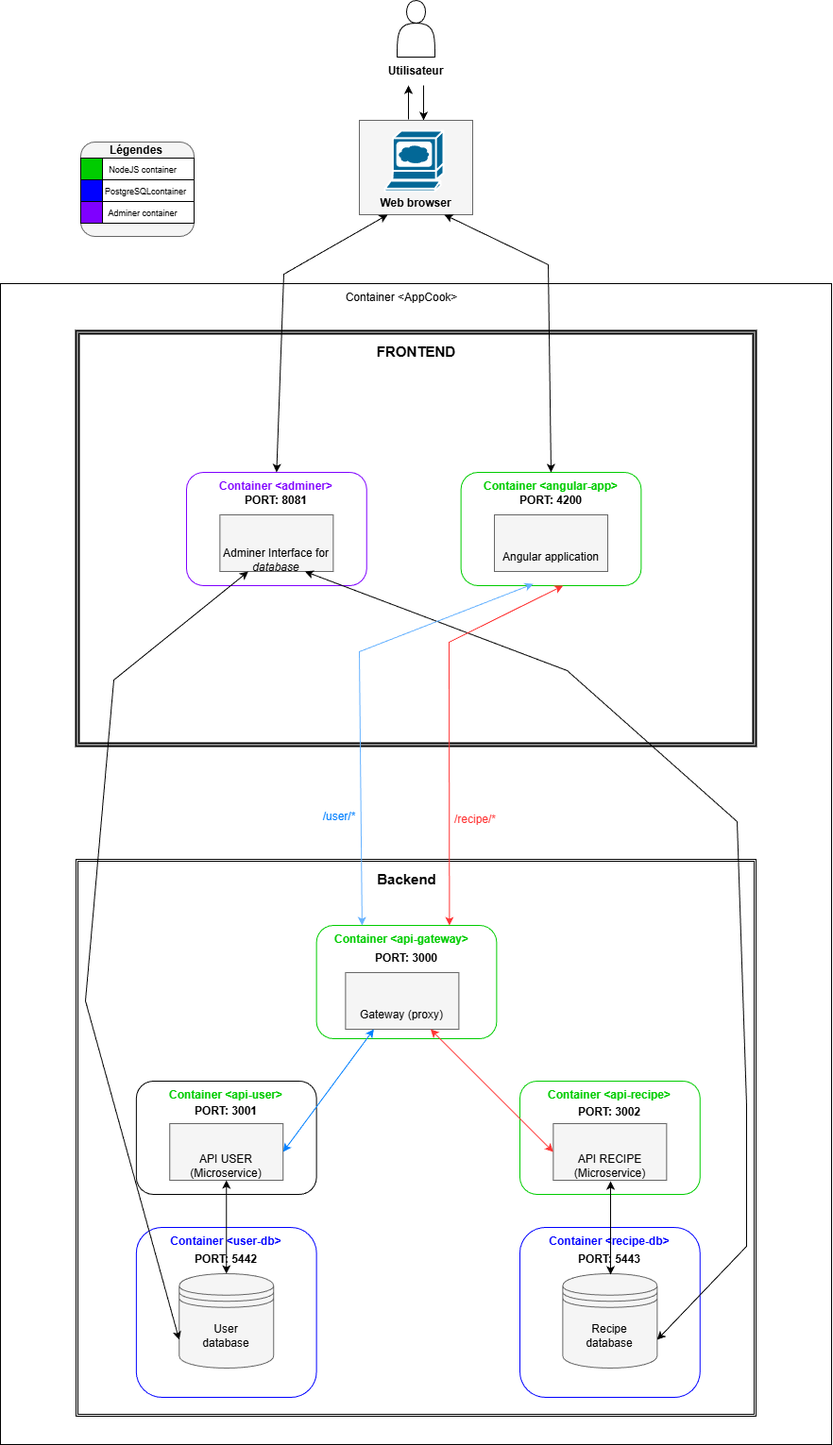
Above: doc/Schéma-architecture.drawio.png in AbadieThomasPro/Ynov-FullstackM1_Projet (draw.io), before the change. Source tidied: cells renumbered, new cells last; positions are measured from the earlier drawing's top-left corner, leaving out a move shared by most shapes.
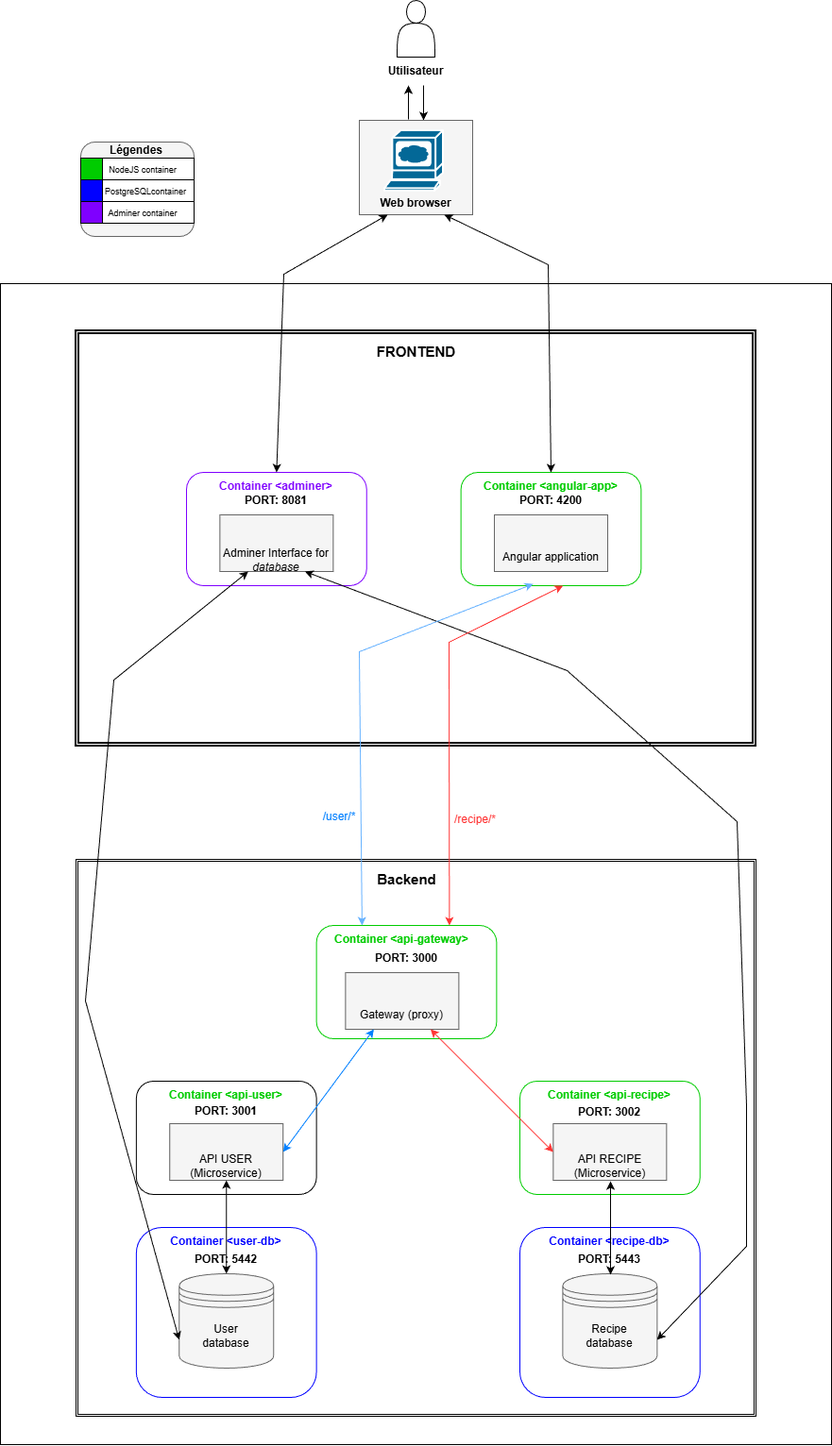
The same file after the commit.

Diff of the diagram source:
```diff
@@ -50,9 +50,6 @@
     <mxCell id="17" value="&lt;font style=&quot;font-size: 15px;&quot;&gt;FRONTEND&lt;/font&gt;" style="text;strokeColor=none;fillColor=none;html=1;fontSize=24;fontStyle=1;verticalAlign=middle;align=center;" parent="1" vertex="1">
       <mxGeometry x="390" y="360" width="100" height="20" as="geometry" />
     </mxCell>
-    <mxCell id="18" value="Container &amp;lt;AppCook&amp;gt;" style="text;html=1;whiteSpace=wrap;strokeColor=none;fillColor=none;align=center;verticalAlign=middle;rounded=0;" parent="1" vertex="1">
-      <mxGeometry x="330.4" y="300" width="190" height="30" as="geometry" />
-    </mxCell>
     <mxCell id="19" style="rounded=1;whiteSpace=wrap;html=1;strokeColor=#00CC00;" parent="1" vertex="1">
       <mxGeometry x="487.6" y="500" width="190.8" height="120" as="geometry" />
     </mxCell>
```
